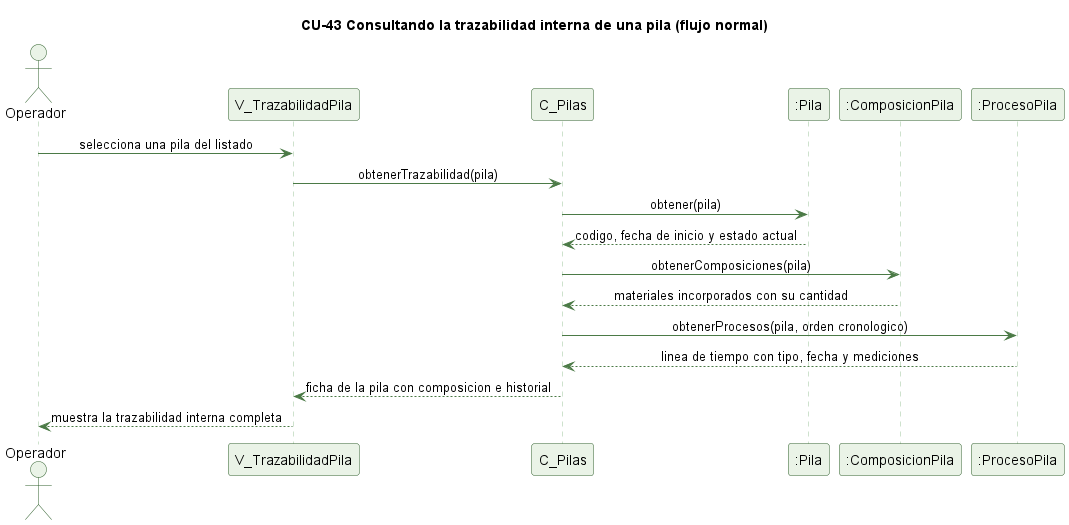
Above: docs/trabajo-grupal/diagramas/secuencias/cu43-trazabilidad-pila-normal.png in kenjikaese/Triverde (PlantUML), before the change. The source it was exported from:
```plantuml
@startuml cu43-trazabilidad-pila-normal
skinparam backgroundColor #FFFFFF
skinparam shadowing false
skinparam defaultFontName Helvetica
skinparam sequenceMessageAlign center
skinparam ParticipantBackgroundColor #EAF3E7
skinparam ParticipantBorderColor #2E5E2A
skinparam ActorBackgroundColor #EAF3E7
skinparam ActorBorderColor #2E5E2A
skinparam sequenceLifeLineBorderColor #9CC49A
skinparam ArrowColor #4B7A46

title CU-43 Consultando la trazabilidad interna de una pila (flujo normal)

actor Operador
participant "V_TrazabilidadPila" as V
participant "C_Pilas" as C
participant ":Pila" as P
participant ":ComposicionPila" as CP
participant ":ProcesoPila" as PP

Operador -> V : selecciona una pila del listado
V -> C : obtenerTrazabilidad(pila)
C -> P : obtener(pila)
P --> C : codigo, fecha de inicio y estado actual
C -> CP : obtenerComposiciones(pila)
CP --> C : materiales incorporados con su cantidad
C -> PP : obtenerProcesos(pila, orden cronologico)
PP --> C : linea de tiempo con tipo, fecha y mediciones
C --> V : ficha de la pila con composicion e historial
V --> Operador : muestra la trazabilidad interna completa

@enduml
```
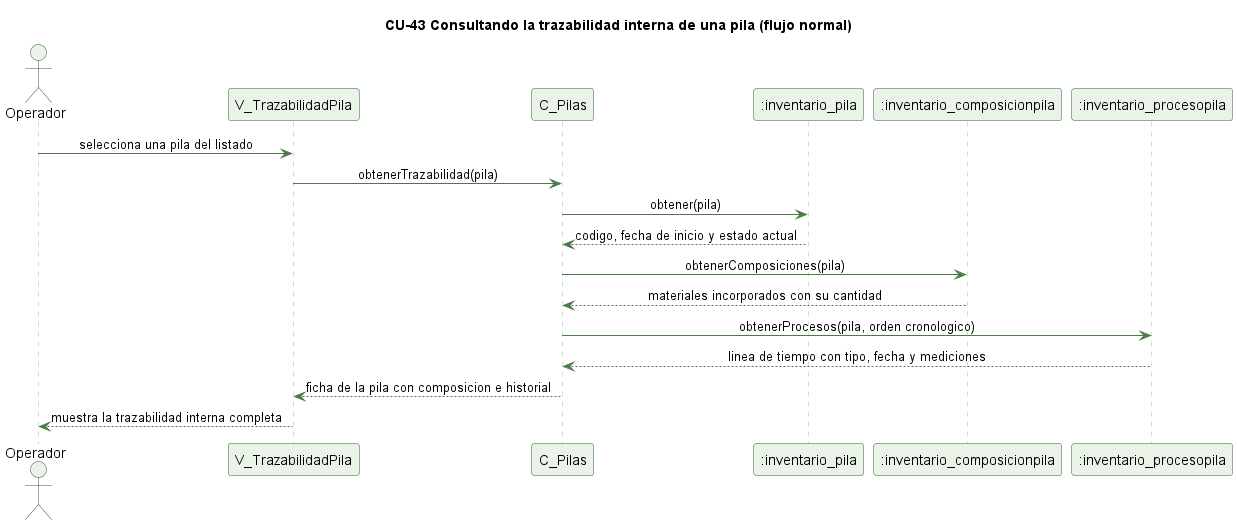
After the change.

What changed in the source:
```diff
@@ -15,9 +15,9 @@
 actor Operador
 participant "V_TrazabilidadPila" as V
 participant "C_Pilas" as C
-participant ":Pila" as P
-participant ":ComposicionPila" as CP
-participant ":ProcesoPila" as PP
+participant ":inventario_pila" as P
+participant ":inventario_composicionpila" as CP
+participant ":inventario_procesopila" as PP
 
 Operador -> V : selecciona una pila del listado
 V -> C : obtenerTrazabilidad(pila)
```
